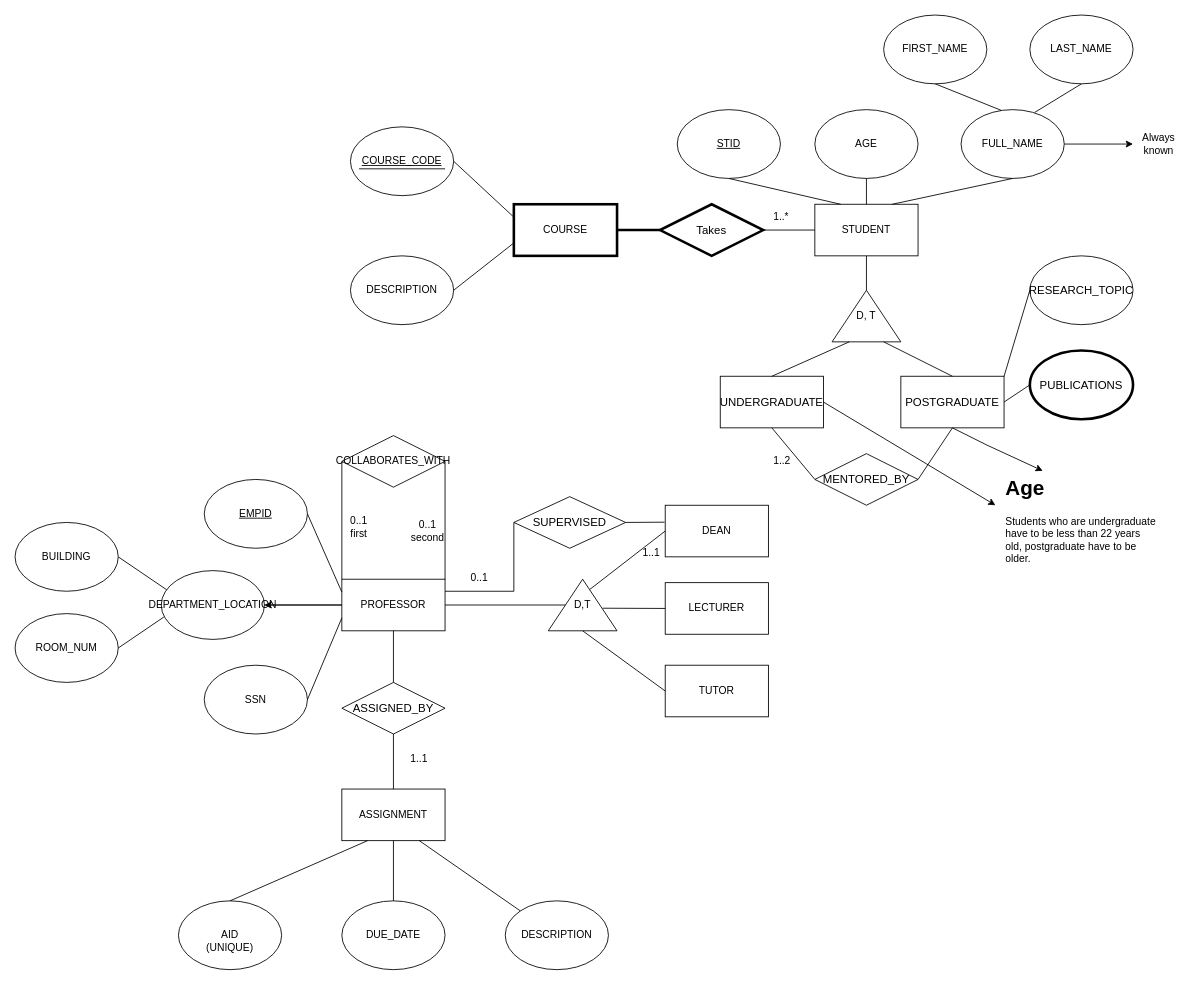
us-ja/Data_Management keeps this draw.io diagram as DM-HW1_Janis & Cuihuan.drawio. Above is the earlier version. Source tidied: cells renumbered, new cells numbered last; positions are measured from the earlier drawing's top-left corner, leaving out a move shared by most shapes. Both pictures are drawn from the tidied source at 86%, with x=0, y=0 at pixel (15, 15).
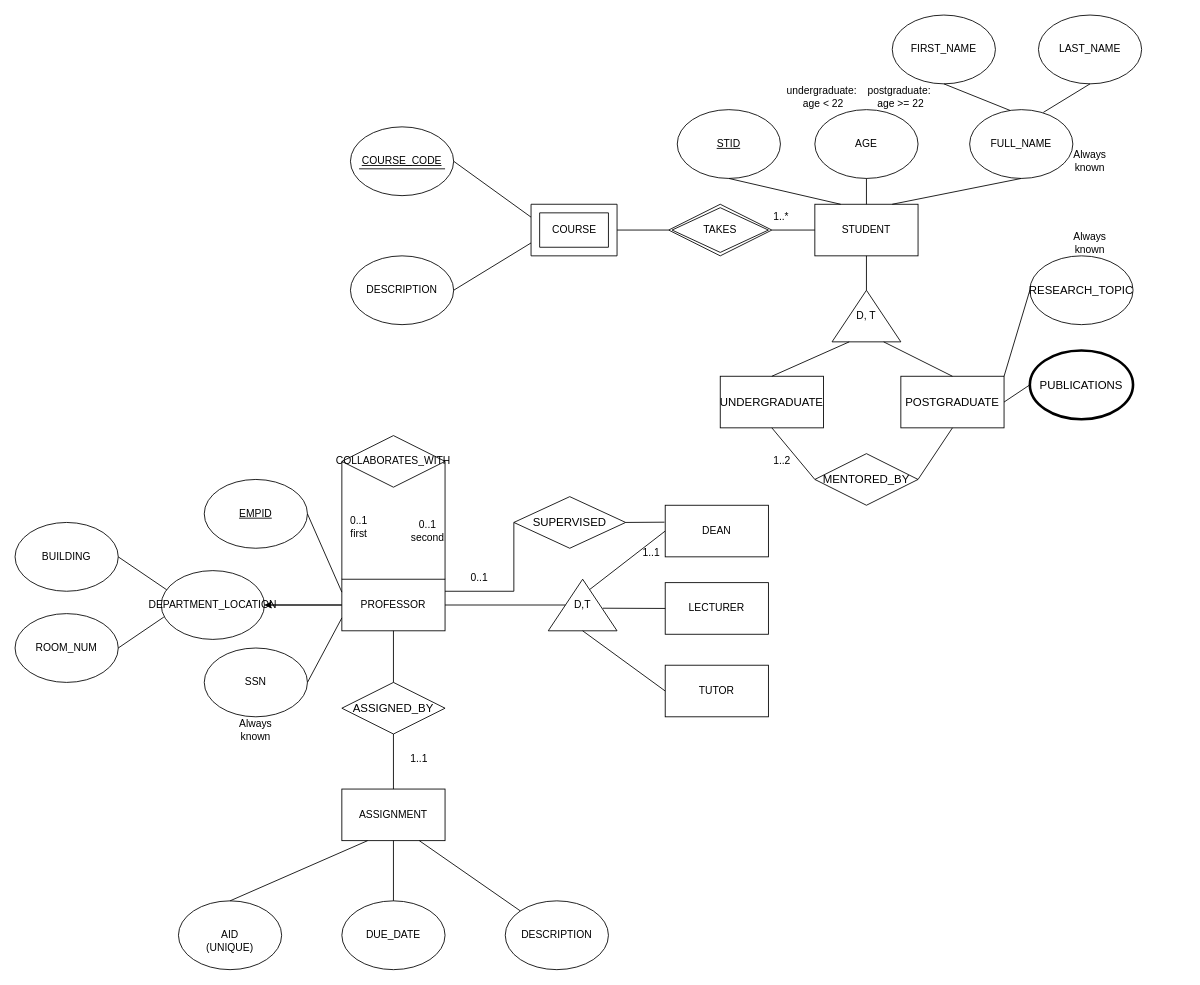
After the change.

Commit message:
UPDATE ACCORDING TO HINTS

Unchanged cells that the change refers to:
```xml
<mxCell id="2" value="STUDENT" style="rounded=0;whiteSpace=wrap;html=1;" parent="1" vertex="1">
  <mxGeometry x="930" y="220" width="120" height="60" as="geometry" />
</mxCell>
<mxCell id="16" value="&lt;div style=&quot;caret-color: rgb(0, 0, 0); color: rgb(0, 0, 0); font-style: normal; font-variant-caps: normal; font-weight: 400; letter-spacing: normal; orphans: auto; text-align: start; text-indent: 0px; text-transform: none; white-space: normal; widows: auto; word-spacing: 0px; -webkit-text-stroke-width: 0px; text-decoration: none;&quot;&gt;&lt;span style=&quot;font-size: 9.96264pt; font-family: LMRoman10-Regular; color: rgb(0, 0, 0);&quot;&gt;UNDERGRADUATE&lt;/span&gt;&lt;/div&gt;" style="rounded=0;whiteSpace=wrap;html=1;" parent="1" vertex="1">
  <mxGeometry x="820" y="420" width="120" height="60" as="geometry" />
</mxCell>
<mxCell id="17" value="&lt;div style=&quot;caret-color: rgb(0, 0, 0); color: rgb(0, 0, 0); font-style: normal; font-variant-caps: normal; font-weight: 400; letter-spacing: normal; orphans: auto; text-align: start; text-indent: 0px; text-transform: none; white-space: normal; widows: auto; word-spacing: 0px; -webkit-text-stroke-width: 0px; text-decoration: none;&quot;&gt;&lt;span style=&quot;font-size: 9.96264pt; font-family: LMRoman10-Regular; color: rgb(0, 0, 0);&quot;&gt;POSTGRADUATE&lt;/span&gt;&lt;/div&gt;" style="rounded=0;whiteSpace=wrap;html=1;" parent="1" vertex="1">
  <mxGeometry x="1030" y="420" width="120" height="60" as="geometry" />
</mxCell>
<mxCell id="29" value="DESCRIPTION" style="ellipse;whiteSpace=wrap;html=1;" parent="1" vertex="1">
  <mxGeometry x="390" y="280" width="120" height="80" as="geometry" />
</mxCell>
<mxCell id="31" value="&lt;u&gt;COURSE_CODE&lt;/u&gt;" style="ellipse;whiteSpace=wrap;html=1;fontStyle=0;" parent="1" vertex="1">
  <mxGeometry x="390" y="130" width="120" height="80" as="geometry" />
</mxCell>
```

Diff of the diagram source:
```diff
@@
-    <mxCell id="4" style="edgeStyle=orthogonalEdgeStyle;rounded=0;jettySize=auto;html=1;" parent="1" edge="1" source="5" target="80">
-      <mxGeometry relative="1" as="geometry" />
-    </mxCell>
     <mxCell id="5" value="FULL_NAME" style="ellipse;whiteSpace=wrap;html=1;" parent="1" vertex="1">
-      <mxGeometry x="1100" y="110" width="120" height="80" as="geometry" />
+      <mxGeometry x="1110" y="110" width="120" height="80" as="geometry" />
     </mxCell>
@@
     <mxCell id="7" value="FIRST_NAME" style="ellipse;whiteSpace=wrap;html=1;" parent="1" vertex="1">
-      <mxGeometry x="1010" width="120" height="80" as="geometry" />
+      <mxGeometry x="1020" width="120" height="80" as="geometry" />
     </mxCell>
     <mxCell id="8" value="LAST_NAME" style="ellipse;whiteSpace=wrap;html=1;" parent="1" vertex="1">
-      <mxGeometry x="1180" width="120" height="80" as="geometry" />
+      <mxGeometry x="1190" width="120" height="80" as="geometry" />
     </mxCell>
@@
-    <mxCell id="28" value="COURSE" style="rounded=0;whiteSpace=wrap;html=1;strokeWidth=3;" parent="1" vertex="1">
-      <mxGeometry x="580" y="220" width="120" height="60" as="geometry" />
-    </mxCell>
@@
-    <mxCell id="30" value="&lt;div style=&quot;text-align: start;&quot;&gt;&lt;span style=&quot;font-size: 9.96264pt; font-family: LMRoman10-Regular;&quot;&gt;Takes&lt;/span&gt;&lt;/div&gt;" style="shape=rhombus;perimeter=rhombusPerimeter;whiteSpace=wrap;html=1;align=center;strokeWidth=3;" parent="1" vertex="1">
-      <mxGeometry x="750" y="220" width="120" height="60" as="geometry" />
-    </mxCell>
@@
-    <mxCell id="32" style="endArrow=none;html=1;rounded=0;exitX=1;exitY=0.5;exitDx=0;exitDy=0;strokeWidth=3;" parent="1" edge="1" source="28">
-      <mxGeometry relative="1" as="geometry">
-        <mxPoint x="750" y="250" as="targetPoint" />
-      </mxGeometry>
-    </mxCell>
-    <mxCell id="33" style="endArrow=none;html=1;rounded=0;exitX=1;exitY=0.5;exitDx=0;exitDy=0;" parent="1" edge="1" source="31">
-      <mxGeometry relative="1" as="geometry">
-        <mxPoint x="580" y="235" as="targetPoint" />
-      </mxGeometry>
+    <mxCell id="33" style="endArrow=none;html=1;rounded=0;exitX=1;exitY=0.5;exitDx=0;exitDy=0;entryX=0;entryY=0;entryDx=0;entryDy=15;entryPerimeter=0;" parent="1" edge="1" source="31" target="90">
+      <mxGeometry relative="1" as="geometry" />
     </mxCell>
-    <mxCell id="34" style="endArrow=none;html=1;rounded=0;entryX=1;entryY=0.5;entryDx=0;entryDy=0;exitX=0;exitY=0.75;exitDx=0;exitDy=0;" parent="1" edge="1" source="28" target="29">
+    <mxCell id="34" style="endArrow=none;html=1;rounded=0;entryX=1;entryY=0.5;entryDx=0;entryDy=0;exitX=0;exitY=0;exitDx=0;exitDy=45;exitPerimeter=0;" parent="1" edge="1" source="90" target="29">
       <mxGeometry relative="1" as="geometry" />
     </mxCell>
@@
-    <mxCell id="36" style="endArrow=none;html=1;rounded=0;entryX=0;entryY=0.5;entryDx=0;entryDy=0;exitX=1;exitY=0.5;exitDx=0;exitDy=0;" parent="1" edge="1" source="30" target="2">
+    <mxCell id="36" style="endArrow=none;html=1;rounded=0;entryX=0;entryY=0.5;entryDx=0;entryDy=0;exitX=1;exitY=0.5;exitDx=0;exitDy=0;" parent="1" edge="1" source="91" target="2">
       <mxGeometry relative="1" as="geometry" />
     </mxCell>
@@
     <mxCell id="49" value="SSN" style="ellipse;whiteSpace=wrap;html=1;" parent="1" vertex="1">
-      <mxGeometry x="220" y="756" width="120" height="80" as="geometry" />
+      <mxGeometry x="220" y="736" width="120" height="80" as="geometry" />
     </mxCell>
@@
-    <mxCell id="79" value="&lt;h1 style=&quot;margin-top: 0px;&quot;&gt;Age&amp;nbsp;&lt;/h1&gt;&lt;div&gt;Students who are undergraduate have to be less than 22 years old, postgraduate have to be older.&lt;/div&gt;" style="text;html=1;whiteSpace=wrap;overflow=hidden;rounded=0;" parent="1" vertex="1">
-      <mxGeometry x="1150" y="530" width="180" height="120" as="geometry" />
-    </mxCell>
     <mxCell id="80" value="Always known" style="text;html=1;align=center;verticalAlign=middle;whiteSpace=wrap;rounded=0;" parent="1" vertex="1">
-      <mxGeometry x="1300" y="135" width="60" height="30" as="geometry" />
+      <mxGeometry x="1220" y="155" width="60" height="30" as="geometry" />
     </mxCell>
@@
-    <mxCell id="83" style="endArrow=classic;html=1;rounded=0;exitX=1;exitY=0.5;exitDx=0;exitDy=0;" parent="1" edge="1" source="16">
-      <mxGeometry relative="1" as="geometry">
-        <mxPoint x="1140" y="570" as="targetPoint" />
-      </mxGeometry>
-    </mxCell>
-    <mxCell id="84" style="endArrow=classic;html=1;rounded=0;exitX=0.5;exitY=1;exitDx=0;exitDy=0;entryX=0.25;entryY=0;entryDx=0;entryDy=0;" parent="1" edge="1" source="17" target="79">
-      <mxGeometry relative="1" as="geometry">
-        <Array as="points">
-          <mxPoint x="1130" y="500" />
-        </Array>
-      </mxGeometry>
-    </mxCell>
+    <mxCell id="85" value="undergraduate:&amp;nbsp; age &amp;lt; 22" style="text;html=1;align=center;verticalAlign=middle;whiteSpace=wrap;rounded=0;" parent="1" vertex="1">
+      <mxGeometry x="910" y="80" width="60" height="30" as="geometry" />
+    </mxCell>
+    <mxCell id="86" value="postgraduate:&amp;nbsp; age &amp;gt;= 22" style="text;html=1;align=center;verticalAlign=middle;whiteSpace=wrap;rounded=0;" parent="1" vertex="1">
+      <mxGeometry x="1000" y="80" width="60" height="30" as="geometry" />
+    </mxCell>
+    <mxCell id="87" value="Always known" style="text;html=1;align=center;verticalAlign=middle;whiteSpace=wrap;rounded=0;" parent="1" vertex="1">
+      <mxGeometry x="1220" y="250" width="60" height="30" as="geometry" />
+    </mxCell>
+    <mxCell id="88" value="Always known" style="text;html=1;align=center;verticalAlign=middle;whiteSpace=wrap;rounded=0;" parent="1" vertex="1">
+      <mxGeometry x="250" y="816" width="60" height="30" as="geometry" />
+    </mxCell>
+    <mxCell id="89" style="edgeStyle=orthogonalEdgeStyle;rounded=0;jettySize=auto;html=1;endArrow=none;startFill=0;" parent="1" edge="1" source="90" target="91">
+      <mxGeometry relative="1" as="geometry" />
+    </mxCell>
+    <mxCell id="90" style="verticalLabelPosition=bottom;verticalAlign=top;html=1;shape=mxgraph.basic.frame;dx=10;whiteSpace=wrap;" parent="1" vertex="1">
+      <mxGeometry x="600" y="220" width="100" height="60" as="geometry" />
+    </mxCell>
+    <mxCell id="91" value="TAKES" style="shape=rhombus;double=1;perimeter=rhombusPerimeter;whiteSpace=wrap;html=1;align=center;" parent="1" vertex="1">
+      <mxGeometry x="760" y="220" width="120" height="60" as="geometry" />
+    </mxCell>
+    <mxCell id="28" value="COURSE" style="text;html=1;align=center;verticalAlign=middle;points=[];strokeColor=none;fillColor=none;" parent="1" vertex="1">
+      <mxGeometry x="615" y="235" width="70" height="30" as="geometry" />
+    </mxCell>
```
